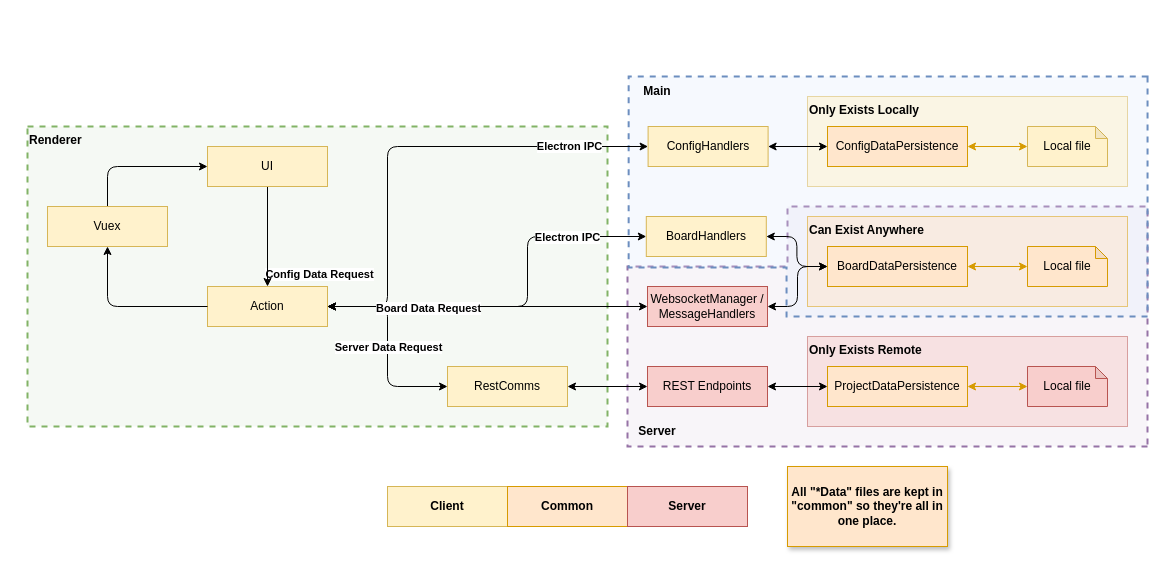
This is docs/actionframework.drawio from benzenittini/constellation, a draw.io file, before an edit. Source tidied: cells renumbered, new cells numbered last; positions are measured from the earlier drawing's top-left corner, leaving out a move shared by most shapes. Both pictures are drawn from the tidied source at 100%, with x=0, y=0 at pixel (27, -63).
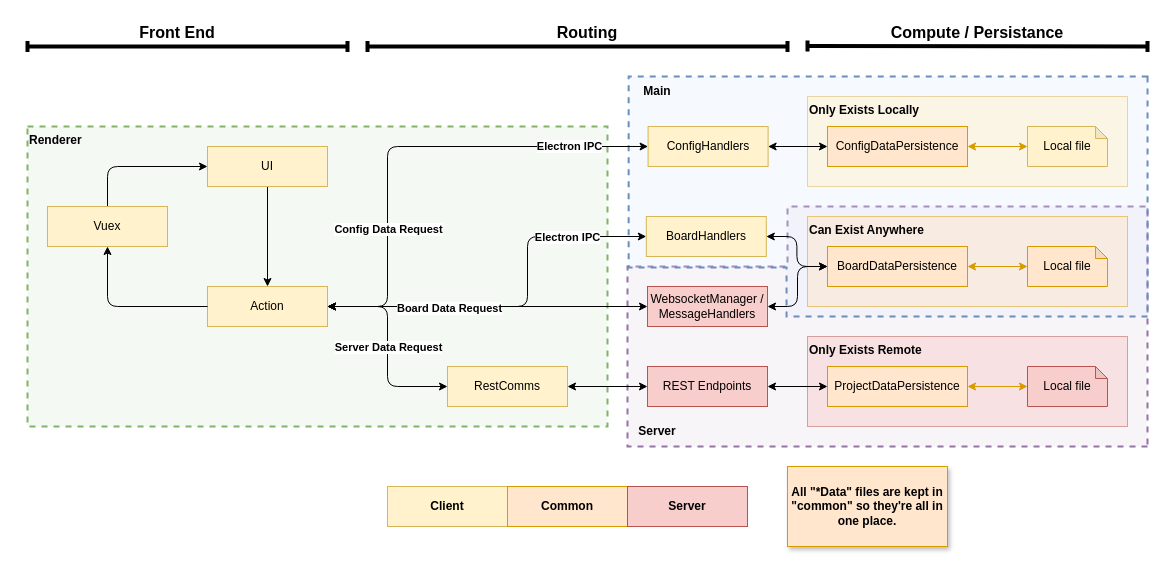
After the change.

Unchanged cells that the change refers to:
```xml
<mxCell id="9" style="edgeStyle=orthogonalEdgeStyle;rounded=1;jettySize=auto;html=1;exitX=1;exitY=0.5;exitDx=0;exitDy=0;entryX=0;entryY=0.5;entryDx=0;entryDy=0;startArrow=classic;startFill=1;" parent="1" edge="1" source="14" target="43">
  <mxGeometry relative="1" as="geometry">
    <Array as="points">
      <mxPoint x="360" y="369" />
      <mxPoint x="360" y="209" />
    </Array>
  </mxGeometry>
</mxCell>
<mxCell id="23" style="edgeStyle=orthogonalEdgeStyle;rounded=1;jettySize=auto;html=1;exitX=1;exitY=0.5;exitDx=0;exitDy=0;entryX=0;entryY=0.5;entryDx=0;entryDy=0;startArrow=classic;startFill=1;" parent="1" edge="1" source="14" target="45">
  <mxGeometry relative="1" as="geometry">
    <Array as="points">
      <mxPoint x="500" y="369" />
      <mxPoint x="500" y="299" />
    </Array>
  </mxGeometry>
</mxCell>
```

Diff of the diagram source:
```diff
@@
     <mxCell id="11" value="&lt;b&gt;Config Data Request&lt;/b&gt;" style="edgeLabel;html=1;align=center;verticalAlign=middle;" parent="9" vertex="1">
       <mxGeometry x="-0.12" y="-2" relative="1" as="geometry">
-        <mxPoint x="-71" y="118" as="offset" />
+        <mxPoint x="-2" y="73" as="offset" />
       </mxGeometry>
     </mxCell>
@@
     <mxCell id="25" value="Board Data Request" style="edgeLabel;html=1;align=center;verticalAlign=middle;fontStyle=1;" parent="23" vertex="1">
       <mxGeometry x="-0.59" y="-1" relative="1" as="geometry">
-        <mxPoint x="20" as="offset" />
+        <mxPoint x="41" as="offset" />
       </mxGeometry>
     </mxCell>
@@
+    <mxCell id="48" style="endArrow=baseDash;html=1;rounded=0;startArrow=baseDash;startFill=0;endFill=0;strokeWidth=4;" parent="1" edge="1">
+      <mxGeometry relative="1" as="geometry">
+        <mxPoint y="109" as="sourcePoint" />
+        <mxPoint x="320" y="109" as="targetPoint" />
+      </mxGeometry>
+    </mxCell>
+    <mxCell id="49" style="endArrow=baseDash;html=1;rounded=0;startArrow=baseDash;startFill=0;endFill=0;strokeWidth=4;" parent="1" edge="1">
+      <mxGeometry relative="1" as="geometry">
+        <mxPoint x="340" y="109" as="sourcePoint" />
+        <mxPoint x="760" y="109" as="targetPoint" />
+      </mxGeometry>
+    </mxCell>
+    <mxCell id="50" style="endArrow=baseDash;html=1;rounded=0;startArrow=baseDash;startFill=0;endFill=0;strokeWidth=4;" parent="1" edge="1">
+      <mxGeometry relative="1" as="geometry">
+        <mxPoint x="780" y="108.5" as="sourcePoint" />
+        <mxPoint x="1120" y="109" as="targetPoint" />
+      </mxGeometry>
+    </mxCell>
+    <mxCell id="51" value="Front End" style="text;html=1;strokeColor=none;fillColor=none;align=center;verticalAlign=middle;whiteSpace=wrap;rounded=0;fontSize=16;fontStyle=1;labelBackgroundColor=none;labelBorderColor=none;" parent="1" vertex="1">
+      <mxGeometry x="110" y="79.5" width="80" height="30" as="geometry" />
+    </mxCell>
+    <mxCell id="52" value="Routing" style="text;html=1;strokeColor=none;fillColor=none;align=center;verticalAlign=middle;whiteSpace=wrap;rounded=0;fontSize=16;fontStyle=1;labelBackgroundColor=none;labelBorderColor=none;" parent="1" vertex="1">
+      <mxGeometry x="520" y="79.5" width="80" height="30" as="geometry" />
+    </mxCell>
+    <mxCell id="53" value="Compute / Persistance" style="text;html=1;strokeColor=none;fillColor=none;align=center;verticalAlign=middle;whiteSpace=wrap;rounded=0;fontSize=16;fontStyle=1;labelBackgroundColor=none;labelBorderColor=none;" parent="1" vertex="1">
+      <mxGeometry x="850" y="79.5" width="200" height="30" as="geometry" />
+    </mxCell>
```
